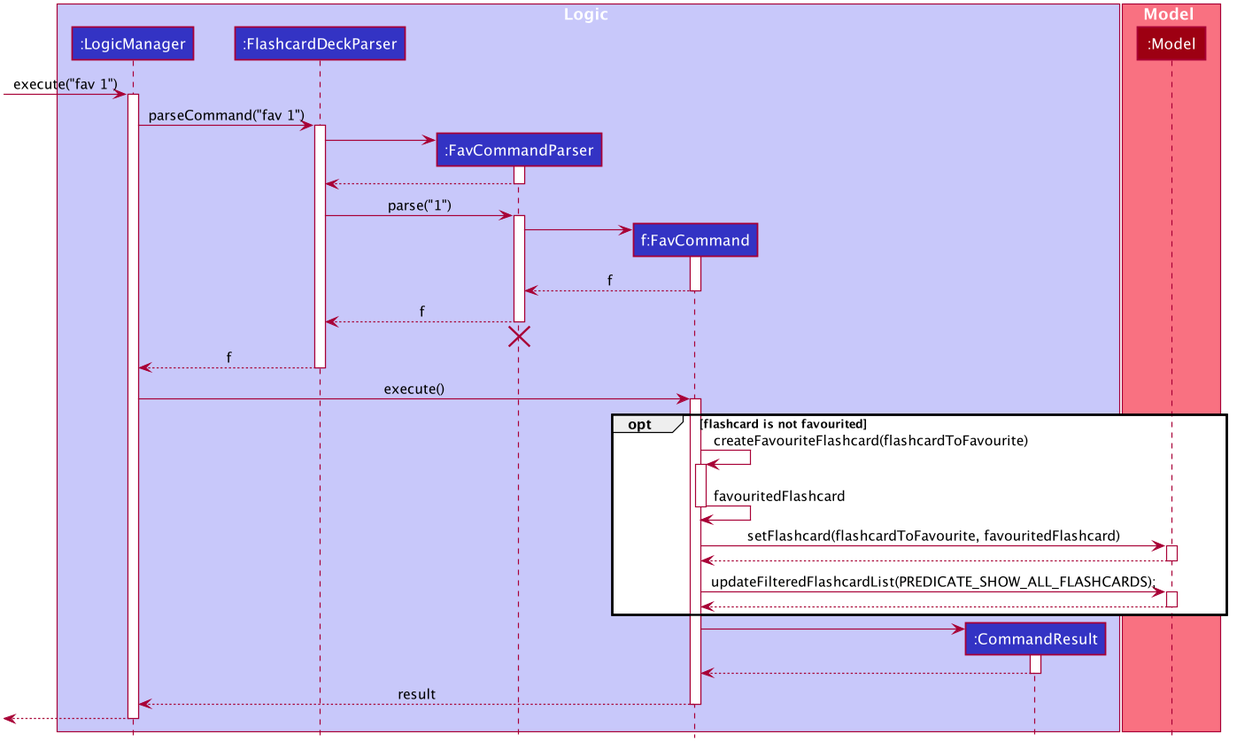
nus-cs2103-AY2021S1/tp keeps this PlantUML diagram as docs/images/FavouriteSequenceDiagram.png. Above is the earlier version.
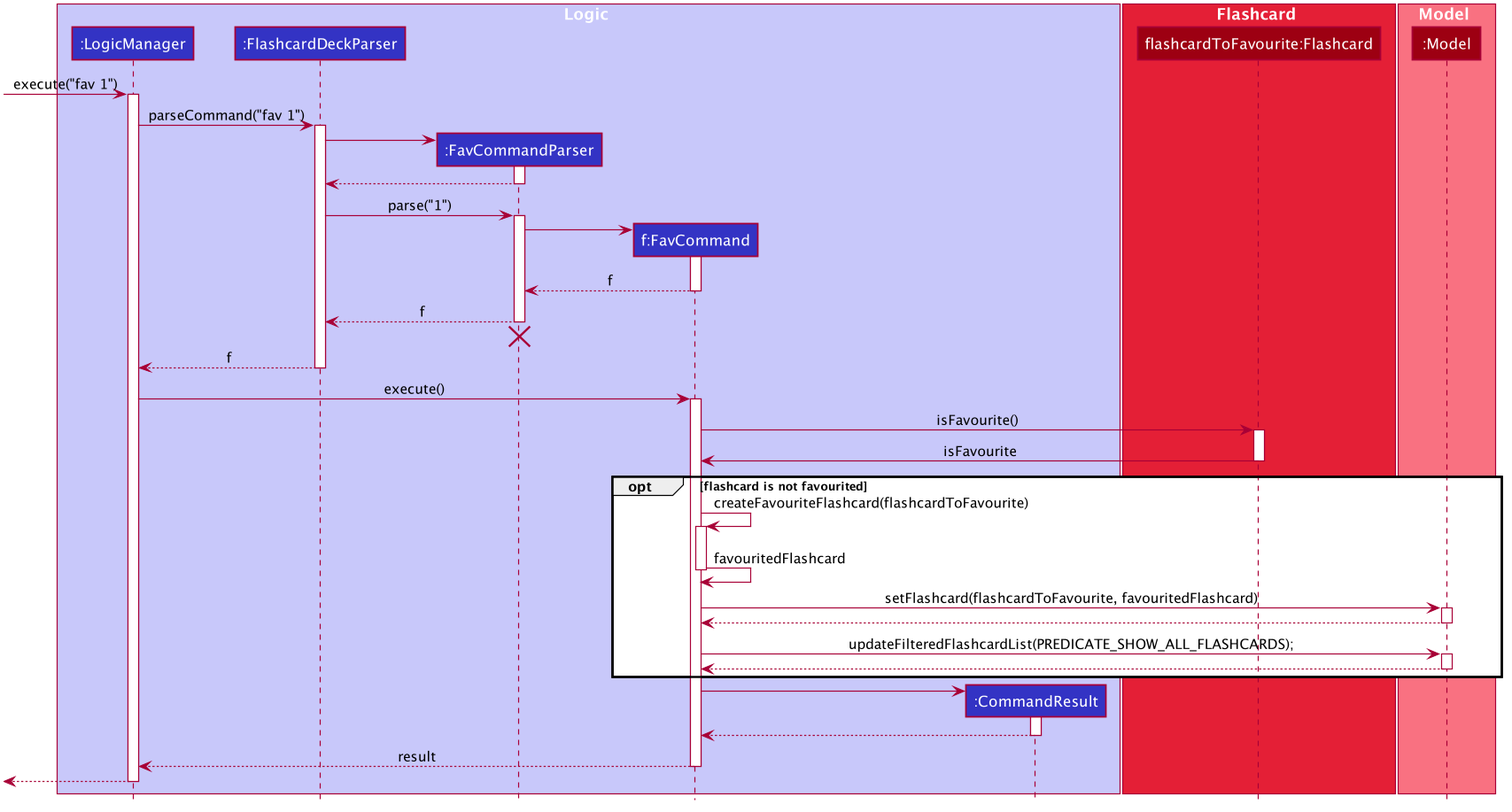
After the commit.

What changed in the source:
```diff
@@ -56,6 +56,10 @@
 participant ":CommandResult" as CommandResult #3333C4
 end box
 
+box Flashcard #E41F36
+participant "flashcardToFavourite:Flashcard" as Flashcard #9D0012
+end box
+
 box Model #F97181
 participant ":Model" as Model #9D0012
 end box
@@ -94,6 +98,12 @@
 LogicManager -> FavCommand : execute()
 activate FavCommand
 
+FavCommand -> Flashcard : isFavourite()
+activate Flashcard
+
+Flashcard -> FavCommand : isFavourite
+deactivate Flashcard
+
 opt flashcard is not favourited
 
     FavCommand -> FavCommand : createFavouriteFlashcard(flashcardToFavourite)
```
